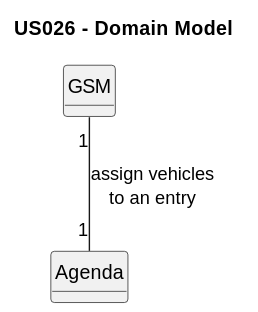
Earlier version of the PlantUML export docs/sprintC/us026/02.analysis/svg/us026-domain-model.svg (Rui-San/LAPR2_2023_2024).
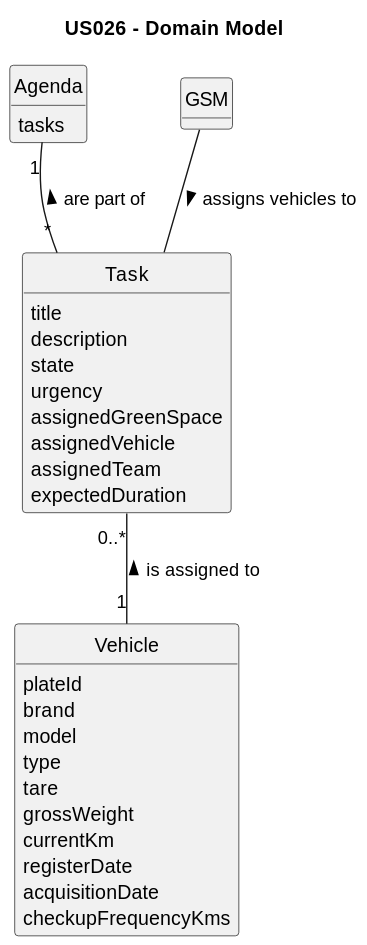
After the commit.

Diff of the diagram source:
```diff
@@ -3,22 +3,45 @@
 skinparam packageStyle rectangle
 skinparam shadowing false
 
-title US026 - Domain Model
+
 skinparam classAttributeIconSize 0
 
 hide circle
 hide methods
 
+title US026 - Domain Model
 
-class GSM {
 
+class Vehicle{
+    plateId
+    brand
+    model
+    type
+    tare
+    grossWeight
+    currentKm
+    registerDate
+    acquisitionDate
+    checkupFrequencyKms
 }
 
-class Agenda {
+class Agenda{
+    tasks
+}
 
+class Task{
+    title
+    description
+    state
+    urgency
+    assignedGreenSpace
+    assignedVehicle
+    assignedTeam
+    expectedDuration
 }
 
 
-
-GSM "1" -- "1" Agenda : assign vehicles\nto an entry
+Task "*" -u- "1" Agenda : "are part of >"
+Vehicle "1" -u- "0..*" Task : "is assigned to >"
+GSM -- Task : "assigns vehicles to >"
 @enduml
```
